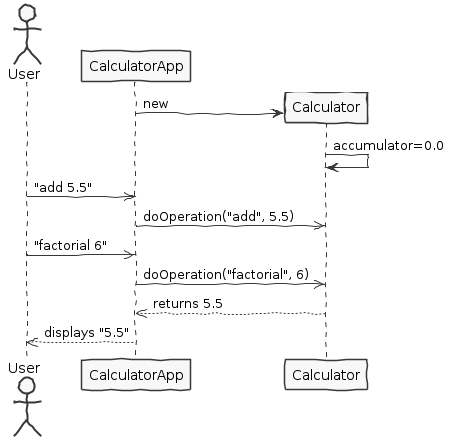
The PlantUML diagram odsoft/exercise1/calculator/src/main/puml/com/twu/calculator/sequence-diagram.png in jorgoncalves/ISEP.ODSOFT.202122, before a commit.
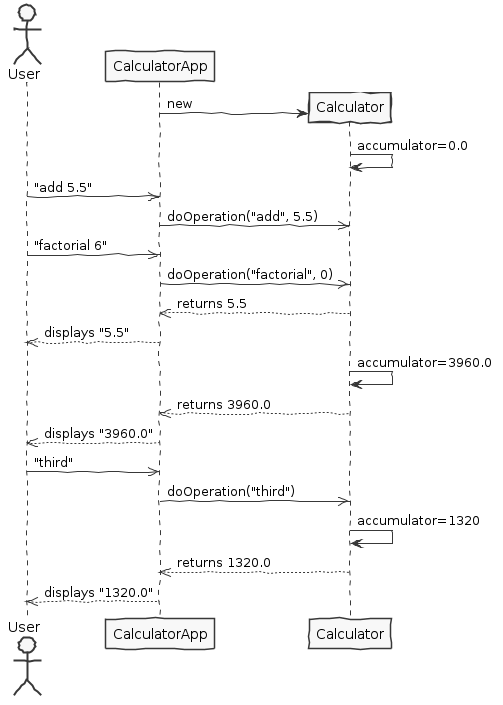
After the change.

The edit, as a diff of the source:
```diff
@@ -1,4 +1,4 @@
-@startuml class-diagram.png
+@startuml
 skinparam handwritten true
 skinparam monochrome true
 skinparam packageStyle rect
@@ -16,9 +16,17 @@
 User ->> CalculatorApp : "add 5.5"
 CalculatorApp ->> Calculator : doOperation("add", 5.5)
 User ->> CalculatorApp : "factorial 6"
-CalculatorApp ->> Calculator : doOperation("factorial", 6)
+CalculatorApp ->> Calculator : doOperation("factorial", 0)
 CalculatorApp <<-- Calculator : returns 5.5
 User <<-- CalculatorApp : displays "5.5"
 
+Calculator -> Calculator : accumulator=3960.0
+CalculatorApp <<-- Calculator : returns 3960.0
+User <<-- CalculatorApp : displays "3960.0"
 
+User ->> CalculatorApp : "third"
+CalculatorApp ->> Calculator : doOperation("third")
+Calculator -> Calculator : accumulator=1320
+CalculatorApp <<-- Calculator : returns 1320.0
+User <<-- CalculatorApp : displays "1320.0"
 @enduml
```
